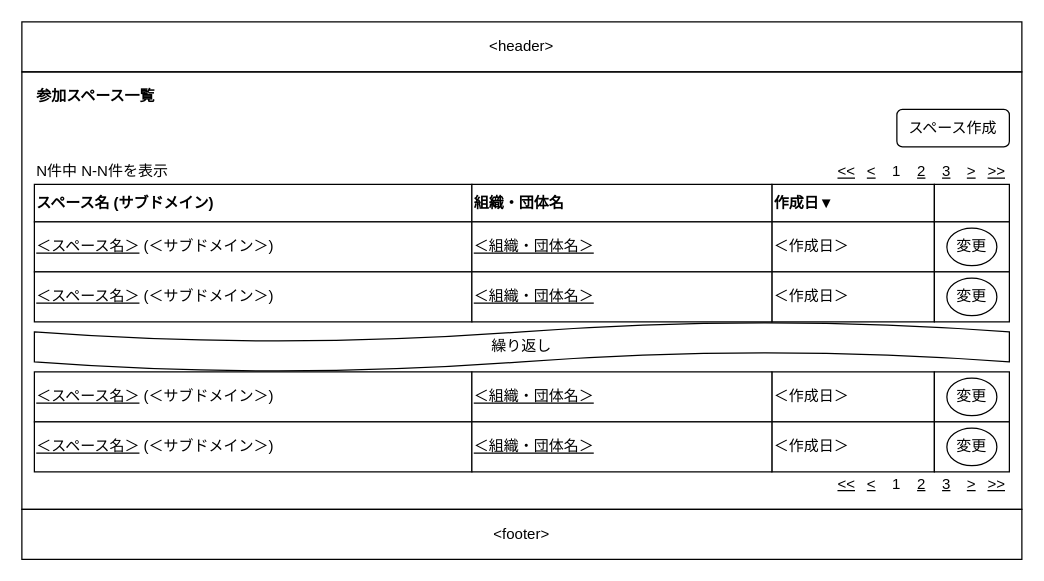
nightonlypj/rails-app-origin keeps this draw.io diagram as 設計/画面設計/参加スペース一覧.drawio. Above is the earlier version. Source tidied: cells renumbered, new cells numbered last; positions are measured from the earlier drawing's top-left corner, leaving out a move shared by most shapes. Both pictures are drawn from the tidied source at 125%, with x=0, y=0 at pixel (21, 21).
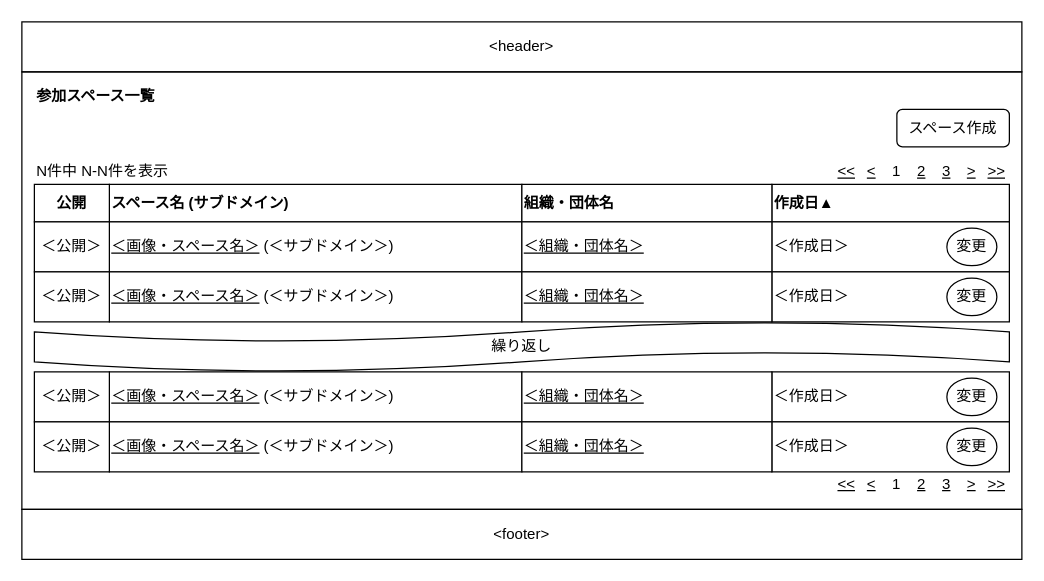
After the change.

What changed in the source:
```diff
@@
     <mxCell id="24" value="&lt;b&gt;スペース名 (サブドメイン)&lt;/b&gt;" style="rounded=0;whiteSpace=wrap;html=1;align=left;" parent="1" vertex="1">
-      <mxGeometry x="10" y="130" width="350" height="30" as="geometry" />
+      <mxGeometry x="70" y="130" width="330" height="30" as="geometry" />
     </mxCell>
-    <mxCell id="25" value="&lt;u&gt;＜スペース名＞&lt;/u&gt; (＜サブドメイン＞)" style="rounded=0;whiteSpace=wrap;html=1;align=left;" parent="1" vertex="1">
-      <mxGeometry x="10" y="160" width="350" height="40" as="geometry" />
+    <mxCell id="25" value="&lt;u&gt;＜画像・スペース名＞&lt;/u&gt; (＜サブドメイン＞)" style="rounded=0;whiteSpace=wrap;html=1;align=left;" parent="1" vertex="1">
+      <mxGeometry x="70" y="160" width="330" height="40" as="geometry" />
     </mxCell>
-    <mxCell id="26" value="&lt;b&gt;作成日▼&lt;/b&gt;" style="rounded=0;whiteSpace=wrap;html=1;align=left;" parent="1" vertex="1">
-      <mxGeometry x="600" y="130" width="130" height="30" as="geometry" />
+    <mxCell id="26" value="&lt;b&gt;作成日▲&lt;/b&gt;" style="rounded=0;whiteSpace=wrap;html=1;align=left;" parent="1" vertex="1">
+      <mxGeometry x="600" y="130" width="190" height="30" as="geometry" />
     </mxCell>
     <mxCell id="27" value="&lt;b&gt;組織・団体名&lt;/b&gt;" style="rounded=0;whiteSpace=wrap;html=1;align=left;" parent="1" vertex="1">
-      <mxGeometry x="360" y="130" width="240" height="30" as="geometry" />
+      <mxGeometry x="400" y="130" width="200" height="30" as="geometry" />
     </mxCell>
     <mxCell id="28" value="＜作成日＞" style="rounded=0;whiteSpace=wrap;html=1;align=left;" parent="1" vertex="1">
-      <mxGeometry x="600" y="160" width="130" height="40" as="geometry" />
+      <mxGeometry x="600" y="160" width="190" height="40" as="geometry" />
     </mxCell>
     <mxCell id="29" value="&lt;u&gt;＜組織・団体名＞&lt;/u&gt;" style="rounded=0;whiteSpace=wrap;html=1;align=left;" parent="1" vertex="1">
-      <mxGeometry x="360" y="160" width="240" height="40" as="geometry" />
+      <mxGeometry x="400" y="160" width="200" height="40" as="geometry" />
     </mxCell>
@@
-    <mxCell id="31" style="rounded=0;whiteSpace=wrap;html=1;align=left;" parent="1" vertex="1">
-      <mxGeometry x="730" y="130" width="60" height="30" as="geometry" />
-    </mxCell>
-    <mxCell id="32" style="rounded=0;whiteSpace=wrap;html=1;align=left;" parent="1" vertex="1">
-      <mxGeometry x="730" y="160" width="60" height="40" as="geometry" />
-    </mxCell>
@@
-    <mxCell id="34" value="&lt;u&gt;＜スペース名＞&lt;/u&gt; (＜サブドメイン＞)" style="rounded=0;whiteSpace=wrap;html=1;align=left;" parent="1" vertex="1">
-      <mxGeometry x="10" y="200" width="350" height="40" as="geometry" />
+    <mxCell id="34" value="&lt;u&gt;＜画像・スペース名＞&lt;/u&gt;&amp;nbsp;(＜サブドメイン＞)" style="rounded=0;whiteSpace=wrap;html=1;align=left;" parent="1" vertex="1">
+      <mxGeometry x="70" y="200" width="330" height="40" as="geometry" />
     </mxCell>
     <mxCell id="35" value="＜作成日＞" style="rounded=0;whiteSpace=wrap;html=1;align=left;" parent="1" vertex="1">
-      <mxGeometry x="600" y="200" width="130" height="40" as="geometry" />
+      <mxGeometry x="600" y="200" width="190" height="40" as="geometry" />
     </mxCell>
     <mxCell id="36" value="&lt;u&gt;＜組織・団体名＞&lt;/u&gt;" style="rounded=0;whiteSpace=wrap;html=1;align=left;" parent="1" vertex="1">
-      <mxGeometry x="360" y="200" width="240" height="40" as="geometry" />
+      <mxGeometry x="400" y="200" width="200" height="40" as="geometry" />
     </mxCell>
-    <mxCell id="37" style="rounded=0;whiteSpace=wrap;html=1;align=left;" parent="1" vertex="1">
-      <mxGeometry x="730" y="200" width="60" height="40" as="geometry" />
-    </mxCell>
@@
-    <mxCell id="39" value="&lt;u&gt;＜スペース名＞&lt;/u&gt; (＜サブドメイン＞)" style="rounded=0;whiteSpace=wrap;html=1;align=left;" parent="1" vertex="1">
-      <mxGeometry x="10" y="280" width="350" height="40" as="geometry" />
+    <mxCell id="39" value="&lt;u&gt;＜画像・スペース名＞&lt;/u&gt;&amp;nbsp;(＜サブドメイン＞)" style="rounded=0;whiteSpace=wrap;html=1;align=left;" parent="1" vertex="1">
+      <mxGeometry x="70" y="280" width="330" height="40" as="geometry" />
     </mxCell>
     <mxCell id="40" value="＜作成日＞" style="rounded=0;whiteSpace=wrap;html=1;align=left;" parent="1" vertex="1">
-      <mxGeometry x="600" y="280" width="130" height="40" as="geometry" />
+      <mxGeometry x="600" y="280" width="190" height="40" as="geometry" />
     </mxCell>
     <mxCell id="41" value="&lt;u&gt;＜組織・団体名＞&lt;/u&gt;" style="rounded=0;whiteSpace=wrap;html=1;align=left;" parent="1" vertex="1">
-      <mxGeometry x="360" y="280" width="240" height="40" as="geometry" />
+      <mxGeometry x="400" y="280" width="200" height="40" as="geometry" />
     </mxCell>
-    <mxCell id="42" style="rounded=0;whiteSpace=wrap;html=1;align=left;" parent="1" vertex="1">
-      <mxGeometry x="730" y="280" width="60" height="40" as="geometry" />
-    </mxCell>
@@
-    <mxCell id="44" value="&lt;u&gt;＜スペース名＞&lt;/u&gt; (＜サブドメイン＞)" style="rounded=0;whiteSpace=wrap;html=1;align=left;" parent="1" vertex="1">
-      <mxGeometry x="10" y="320" width="350" height="40" as="geometry" />
+    <mxCell id="44" value="&lt;u&gt;＜画像・スペース名＞&lt;/u&gt;&amp;nbsp;(＜サブドメイン＞)" style="rounded=0;whiteSpace=wrap;html=1;align=left;" parent="1" vertex="1">
+      <mxGeometry x="70" y="320" width="330" height="40" as="geometry" />
     </mxCell>
     <mxCell id="45" value="＜作成日＞" style="rounded=0;whiteSpace=wrap;html=1;align=left;" parent="1" vertex="1">
-      <mxGeometry x="600" y="320" width="130" height="40" as="geometry" />
+      <mxGeometry x="600" y="320" width="190" height="40" as="geometry" />
     </mxCell>
     <mxCell id="46" value="&lt;u&gt;＜組織・団体名＞&lt;/u&gt;" style="rounded=0;whiteSpace=wrap;html=1;align=left;" parent="1" vertex="1">
-      <mxGeometry x="360" y="320" width="240" height="40" as="geometry" />
+      <mxGeometry x="400" y="320" width="200" height="40" as="geometry" />
     </mxCell>
-    <mxCell id="47" style="rounded=0;whiteSpace=wrap;html=1;align=left;" parent="1" vertex="1">
-      <mxGeometry x="730" y="320" width="60" height="40" as="geometry" />
-    </mxCell>
@@
+    <mxCell id="49" value="&lt;b&gt;公開&lt;/b&gt;" style="rounded=0;whiteSpace=wrap;html=1;align=center;" parent="1" vertex="1">
+      <mxGeometry x="10" y="130" width="60" height="30" as="geometry" />
+    </mxCell>
+    <mxCell id="50" value="＜公開＞" style="rounded=0;whiteSpace=wrap;html=1;align=center;" parent="1" vertex="1">
+      <mxGeometry x="10" y="160" width="60" height="40" as="geometry" />
+    </mxCell>
+    <mxCell id="51" value="＜公開＞" style="rounded=0;whiteSpace=wrap;html=1;align=center;" parent="1" vertex="1">
+      <mxGeometry x="10" y="200" width="60" height="40" as="geometry" />
+    </mxCell>
+    <mxCell id="52" value="＜公開＞" style="rounded=0;whiteSpace=wrap;html=1;align=center;" parent="1" vertex="1">
+      <mxGeometry x="10" y="280" width="60" height="40" as="geometry" />
+    </mxCell>
+    <mxCell id="53" value="＜公開＞" style="rounded=0;whiteSpace=wrap;html=1;align=center;" parent="1" vertex="1">
+      <mxGeometry x="10" y="320" width="60" height="40" as="geometry" />
+    </mxCell>
```
